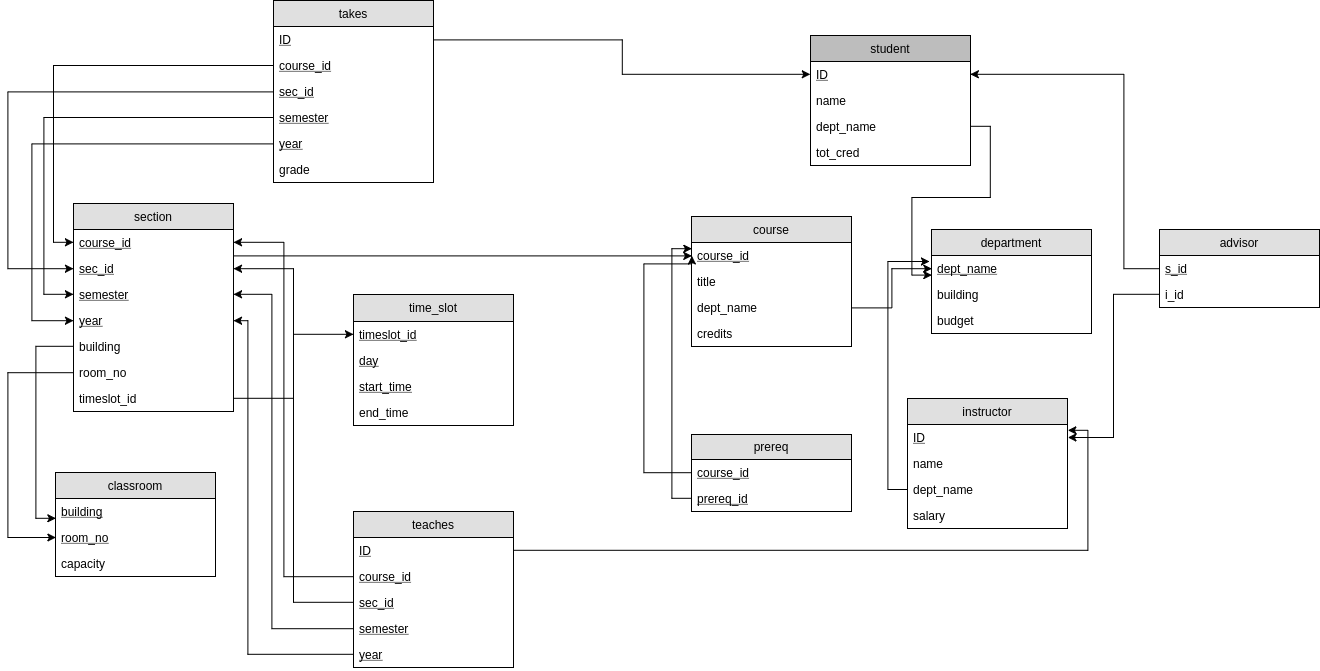
The draw.io diagram Schema.png in msharsha555/DBMS, before a commit. Source tidied: cells renumbered, new cells last; positions are measured from the earlier drawing's top-left corner, leaving out a move shared by most shapes.
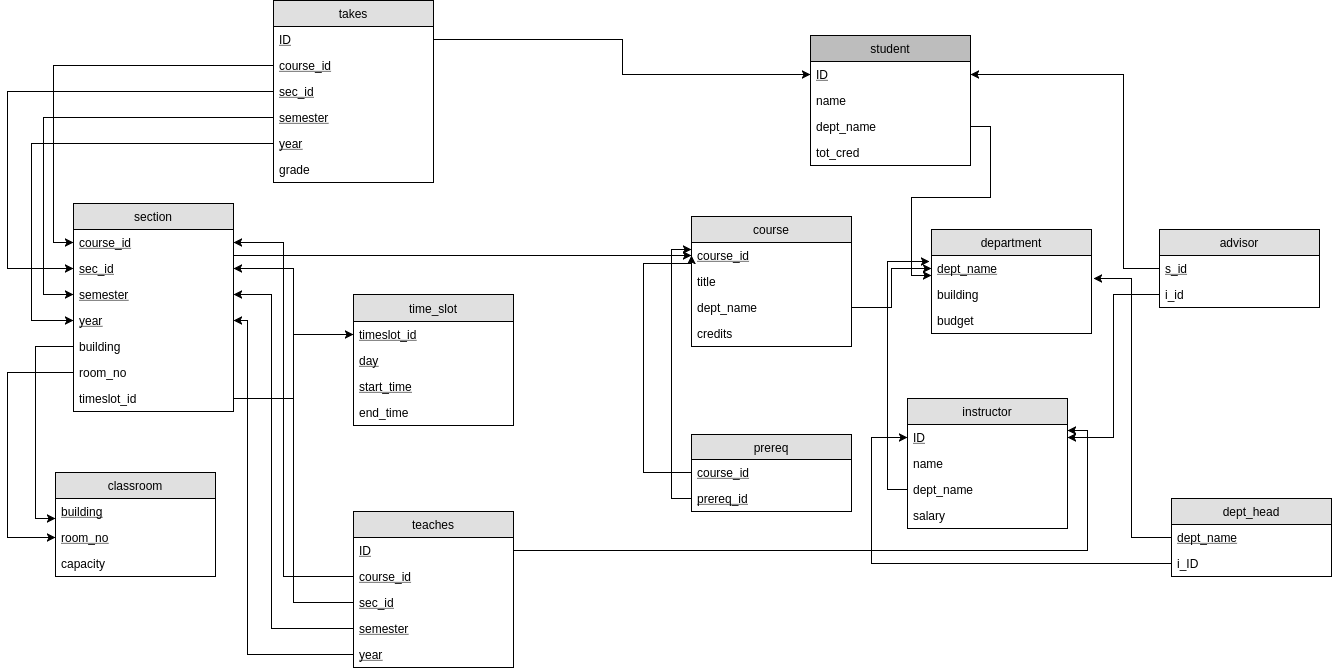
After the commit.

Diff of the diagram source:
```diff
@@ -283,5 +283,25 @@
         </Array>
       </mxGeometry>
     </mxCell>
+    <mxCell id="79" value="dept_head" style="swimlane;fontStyle=0;horizontal=1;startSize=26;fillColor=#e0e0e0;swimlaneFillColor=#ffffff;align=center;" parent="1" vertex="1">
+      <mxGeometry x="1164" y="498" width="160" height="78" as="geometry" />
+    </mxCell>
+    <mxCell id="80" value="dept_name" style="text;strokeColor=none;fillColor=none;spacingLeft=4;spacingRight=4;overflow=hidden;points=[[0,0.5],[1,0.5]];portConstraint=eastwest;fontStyle=4;" parent="79" vertex="1">
+      <mxGeometry y="26" width="160" height="26" as="geometry" />
+    </mxCell>
+    <mxCell id="81" value="i_ID" style="text;strokeColor=none;fillColor=none;spacingLeft=4;spacingRight=4;overflow=hidden;points=[[0,0.5],[1,0.5]];portConstraint=eastwest;" parent="79" vertex="1">
+      <mxGeometry y="52" width="160" height="26" as="geometry" />
+    </mxCell>
+    <mxCell id="82" style="edgeStyle=orthogonalEdgeStyle;rounded=0;html=1;exitX=0;exitY=0.5;entryX=1.013;entryY=0.885;entryPerimeter=0;jettySize=auto;" parent="1" edge="1" source="80" target="52">
+      <mxGeometry relative="1" as="geometry" />
+    </mxCell>
+    <mxCell id="83" style="edgeStyle=orthogonalEdgeStyle;rounded=0;html=1;exitX=0;exitY=0.5;entryX=0;entryY=0.5;jettySize=auto;" parent="1" edge="1" source="81" target="47">
+      <mxGeometry relative="1" as="geometry">
+        <Array as="points">
+          <mxPoint x="864" y="563" />
+          <mxPoint x="864" y="437" />
+        </Array>
+      </mxGeometry>
+    </mxCell>
   </root>
 </mxGraphModel>
```
